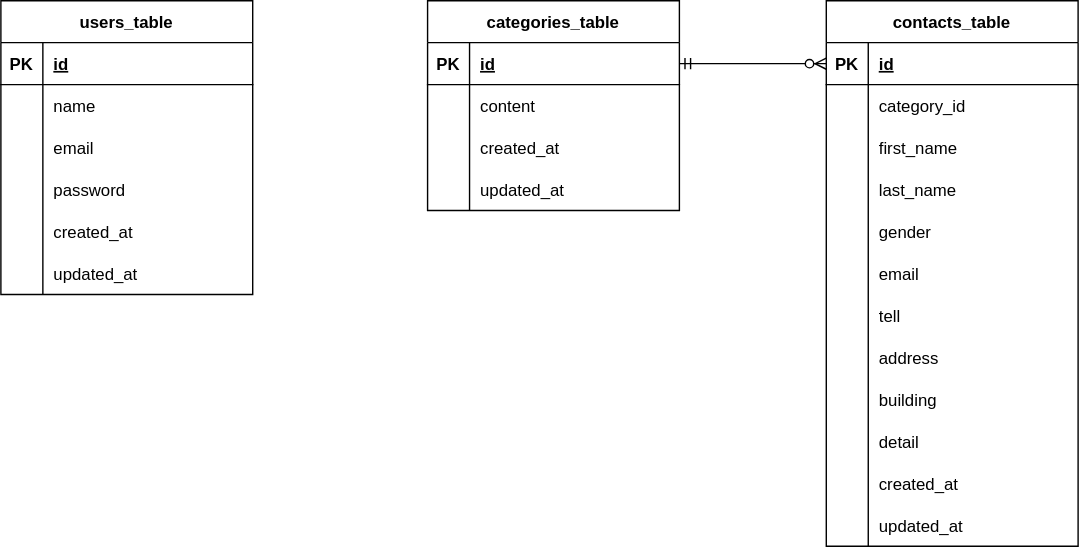
Before: ER_tables.drawio.svg, a diagram exported from draw.io (MiyokoNakada/20240408_enquiry-form). Source tidied: cells renumbered, new cells last; positions are measured from the earlier drawing's top-left corner, leaving out a move shared by most shapes. Its diagram source:
```xml
<mxGraphModel>
  <root>
    <mxCell id="0" />
    <mxCell id="1" parent="0" />
    <mxCell id="2" value="contacts_table " style="shape=table;startSize=30;rowLines=0;fontStyle=1;align=center;" parent="1" vertex="1">
      <mxGeometry x="590" width="180" height="390" as="geometry" />
    </mxCell>
    <mxCell id="3" style="shape=tableRow;horizontal=0;startSize=0;swimlaneHead=0;swimlaneBody=0;fillColor=none;top=0;left=0;right=0;bottom=1;" parent="2" vertex="1">
      <mxGeometry y="30" width="180" height="30" as="geometry" />
    </mxCell>
    <mxCell id="4" value="PK" style="shape=partialRectangle;fillColor=none;top=0;left=0;bottom=0;right=0;fontStyle=1;overflow=hidden;" parent="3" vertex="1">
      <mxGeometry width="30" height="30" as="geometry" />
    </mxCell>
    <mxCell id="5" value="id" style="shape=partialRectangle;fillColor=none;top=0;left=0;bottom=0;right=0;align=left;spacingLeft=6;fontStyle=5;overflow=hidden;" parent="3" vertex="1">
      <mxGeometry x="30" width="150" height="30" as="geometry" />
    </mxCell>
    <mxCell id="6" style="shape=tableRow;horizontal=0;startSize=0;swimlaneHead=0;swimlaneBody=0;fillColor=none;top=0;left=0;right=0;bottom=0;" parent="2" vertex="1">
      <mxGeometry y="60" width="180" height="30" as="geometry" />
    </mxCell>
    <mxCell id="7" style="shape=partialRectangle;fillColor=none;top=0;left=0;bottom=0;right=0;overflow=hidden;" parent="6" vertex="1">
      <mxGeometry width="30" height="30" as="geometry" />
    </mxCell>
    <mxCell id="8" value="category_id" style="shape=partialRectangle;fillColor=none;top=0;left=0;bottom=0;right=0;align=left;spacingLeft=6;overflow=hidden;" parent="6" vertex="1">
      <mxGeometry x="30" width="150" height="30" as="geometry" />
    </mxCell>
    <mxCell id="9" style="shape=tableRow;horizontal=0;startSize=0;swimlaneHead=0;swimlaneBody=0;fillColor=none;top=0;left=0;right=0;bottom=0;" parent="2" vertex="1">
      <mxGeometry y="90" width="180" height="30" as="geometry" />
    </mxCell>
    <mxCell id="10" style="shape=partialRectangle;fillColor=none;top=0;left=0;bottom=0;right=0;overflow=hidden;" parent="9" vertex="1">
      <mxGeometry width="30" height="30" as="geometry" />
    </mxCell>
    <mxCell id="11" value="first_name" style="shape=partialRectangle;fillColor=none;top=0;left=0;bottom=0;right=0;align=left;spacingLeft=6;overflow=hidden;" parent="9" vertex="1">
      <mxGeometry x="30" width="150" height="30" as="geometry" />
    </mxCell>
    <mxCell id="12" style="shape=tableRow;horizontal=0;startSize=0;swimlaneHead=0;swimlaneBody=0;fillColor=none;top=0;left=0;right=0;bottom=0;" parent="2" vertex="1">
      <mxGeometry y="120" width="180" height="30" as="geometry" />
    </mxCell>
    <mxCell id="13" style="shape=partialRectangle;fillColor=none;top=0;left=0;bottom=0;right=0;overflow=hidden;" parent="12" vertex="1">
      <mxGeometry width="30" height="30" as="geometry" />
    </mxCell>
    <mxCell id="14" value="last_name" style="shape=partialRectangle;fillColor=none;top=0;left=0;bottom=0;right=0;align=left;spacingLeft=6;overflow=hidden;" parent="12" vertex="1">
      <mxGeometry x="30" width="150" height="30" as="geometry" />
    </mxCell>
    <mxCell id="15" style="shape=tableRow;horizontal=0;startSize=0;swimlaneHead=0;swimlaneBody=0;fillColor=none;top=0;left=0;right=0;bottom=0;" parent="2" vertex="1">
      <mxGeometry y="150" width="180" height="30" as="geometry" />
    </mxCell>
    <mxCell id="16" style="shape=partialRectangle;fillColor=none;top=0;left=0;bottom=0;right=0;overflow=hidden;" parent="15" vertex="1">
      <mxGeometry width="30" height="30" as="geometry" />
    </mxCell>
    <mxCell id="17" value="gender" style="shape=partialRectangle;fillColor=none;top=0;left=0;bottom=0;right=0;align=left;spacingLeft=6;overflow=hidden;" parent="15" vertex="1">
      <mxGeometry x="30" width="150" height="30" as="geometry" />
    </mxCell>
    <mxCell id="18" style="shape=tableRow;horizontal=0;startSize=0;swimlaneHead=0;swimlaneBody=0;fillColor=none;top=0;left=0;right=0;bottom=0;" parent="2" vertex="1">
      <mxGeometry y="180" width="180" height="30" as="geometry" />
    </mxCell>
    <mxCell id="19" style="shape=partialRectangle;fillColor=none;top=0;left=0;bottom=0;right=0;overflow=hidden;" parent="18" vertex="1">
      <mxGeometry width="30" height="30" as="geometry" />
    </mxCell>
    <mxCell id="20" value="email" style="shape=partialRectangle;fillColor=none;top=0;left=0;bottom=0;right=0;align=left;spacingLeft=6;overflow=hidden;" parent="18" vertex="1">
      <mxGeometry x="30" width="150" height="30" as="geometry" />
    </mxCell>
    <mxCell id="21" style="shape=tableRow;horizontal=0;startSize=0;swimlaneHead=0;swimlaneBody=0;fillColor=none;top=0;left=0;right=0;bottom=0;" parent="2" vertex="1">
      <mxGeometry y="210" width="180" height="30" as="geometry" />
    </mxCell>
    <mxCell id="22" style="shape=partialRectangle;fillColor=none;top=0;left=0;bottom=0;right=0;overflow=hidden;" parent="21" vertex="1">
      <mxGeometry width="30" height="30" as="geometry" />
    </mxCell>
    <mxCell id="23" value="tell" style="shape=partialRectangle;fillColor=none;top=0;left=0;bottom=0;right=0;align=left;spacingLeft=6;overflow=hidden;" parent="21" vertex="1">
      <mxGeometry x="30" width="150" height="30" as="geometry" />
    </mxCell>
    <mxCell id="24" style="shape=tableRow;horizontal=0;startSize=0;swimlaneHead=0;swimlaneBody=0;fillColor=none;top=0;left=0;right=0;bottom=0;" parent="2" vertex="1">
      <mxGeometry y="240" width="180" height="30" as="geometry" />
    </mxCell>
    <mxCell id="25" style="shape=partialRectangle;fillColor=none;top=0;left=0;bottom=0;right=0;overflow=hidden;" parent="24" vertex="1">
      <mxGeometry width="30" height="30" as="geometry" />
    </mxCell>
    <mxCell id="26" value="address" style="shape=partialRectangle;fillColor=none;top=0;left=0;bottom=0;right=0;align=left;spacingLeft=6;overflow=hidden;" parent="24" vertex="1">
      <mxGeometry x="30" width="150" height="30" as="geometry" />
    </mxCell>
    <mxCell id="27" style="shape=tableRow;horizontal=0;startSize=0;swimlaneHead=0;swimlaneBody=0;fillColor=none;top=0;left=0;right=0;bottom=0;" parent="2" vertex="1">
      <mxGeometry y="270" width="180" height="30" as="geometry" />
    </mxCell>
    <mxCell id="28" style="shape=partialRectangle;fillColor=none;top=0;left=0;bottom=0;right=0;overflow=hidden;" parent="27" vertex="1">
      <mxGeometry width="30" height="30" as="geometry" />
    </mxCell>
    <mxCell id="29" value="building" style="shape=partialRectangle;fillColor=none;top=0;left=0;bottom=0;right=0;align=left;spacingLeft=6;overflow=hidden;" parent="27" vertex="1">
      <mxGeometry x="30" width="150" height="30" as="geometry" />
    </mxCell>
    <mxCell id="30" style="shape=tableRow;horizontal=0;startSize=0;swimlaneHead=0;swimlaneBody=0;fillColor=none;top=0;left=0;right=0;bottom=0;" parent="2" vertex="1">
      <mxGeometry y="300" width="180" height="30" as="geometry" />
    </mxCell>
    <mxCell id="31" style="shape=partialRectangle;fillColor=none;top=0;left=0;bottom=0;right=0;overflow=hidden;" parent="30" vertex="1">
      <mxGeometry width="30" height="30" as="geometry" />
    </mxCell>
    <mxCell id="32" value="detail" style="shape=partialRectangle;fillColor=none;top=0;left=0;bottom=0;right=0;align=left;spacingLeft=6;overflow=hidden;" parent="30" vertex="1">
      <mxGeometry x="30" width="150" height="30" as="geometry" />
    </mxCell>
    <mxCell id="33" style="shape=tableRow;horizontal=0;startSize=0;swimlaneHead=0;swimlaneBody=0;fillColor=none;top=0;left=0;right=0;bottom=0;" parent="2" vertex="1">
      <mxGeometry y="330" width="180" height="30" as="geometry" />
    </mxCell>
    <mxCell id="34" style="shape=partialRectangle;fillColor=none;top=0;left=0;bottom=0;right=0;overflow=hidden;" parent="33" vertex="1">
      <mxGeometry width="30" height="30" as="geometry" />
    </mxCell>
    <mxCell id="35" value="created_at" style="shape=partialRectangle;fillColor=none;top=0;left=0;bottom=0;right=0;align=left;spacingLeft=6;overflow=hidden;" parent="33" vertex="1">
      <mxGeometry x="30" width="150" height="30" as="geometry" />
    </mxCell>
    <mxCell id="36" style="shape=tableRow;horizontal=0;startSize=0;swimlaneHead=0;swimlaneBody=0;fillColor=none;top=0;left=0;right=0;bottom=0;" parent="2" vertex="1">
      <mxGeometry y="360" width="180" height="30" as="geometry" />
    </mxCell>
    <mxCell id="37" style="shape=partialRectangle;fillColor=none;top=0;left=0;bottom=0;right=0;overflow=hidden;" parent="36" vertex="1">
      <mxGeometry width="30" height="30" as="geometry" />
    </mxCell>
    <mxCell id="38" value="updated_at" style="shape=partialRectangle;fillColor=none;top=0;left=0;bottom=0;right=0;align=left;spacingLeft=6;overflow=hidden;" parent="36" vertex="1">
      <mxGeometry x="30" width="150" height="30" as="geometry" />
    </mxCell>
    <mxCell id="39" value="categories_table" style="shape=table;startSize=30;rowLines=0;fontStyle=1;align=center;" parent="1" vertex="1">
      <mxGeometry x="305" width="180" height="150" as="geometry" />
    </mxCell>
    <mxCell id="40" style="shape=tableRow;horizontal=0;startSize=0;swimlaneHead=0;swimlaneBody=0;fillColor=none;points=[[0,0.5],[1,0.5]];portConstraint=eastwest;top=0;left=0;right=0;bottom=1;" parent="39" vertex="1">
      <mxGeometry y="30" width="180" height="30" as="geometry" />
    </mxCell>
    <mxCell id="41" value="PK" style="shape=partialRectangle;fillColor=none;top=0;left=0;bottom=0;right=0;fontStyle=1;overflow=hidden;" parent="40" vertex="1">
      <mxGeometry width="30" height="30" as="geometry" />
    </mxCell>
    <mxCell id="42" value="id" style="shape=partialRectangle;fillColor=none;top=0;left=0;bottom=0;right=0;align=left;spacingLeft=6;fontStyle=5;overflow=hidden;" parent="40" vertex="1">
      <mxGeometry x="30" width="150" height="30" as="geometry" />
    </mxCell>
    <mxCell id="43" style="shape=tableRow;horizontal=0;startSize=0;swimlaneHead=0;swimlaneBody=0;fillColor=none;top=0;left=0;right=0;bottom=0;" parent="39" vertex="1">
      <mxGeometry y="60" width="180" height="30" as="geometry" />
    </mxCell>
    <mxCell id="44" style="shape=partialRectangle;fillColor=none;top=0;left=0;bottom=0;right=0;overflow=hidden;" parent="43" vertex="1">
      <mxGeometry width="30" height="30" as="geometry" />
    </mxCell>
    <mxCell id="45" value="content" style="shape=partialRectangle;fillColor=none;top=0;left=0;bottom=0;right=0;align=left;spacingLeft=6;overflow=hidden;" parent="43" vertex="1">
      <mxGeometry x="30" width="150" height="30" as="geometry" />
    </mxCell>
    <mxCell id="46" style="shape=tableRow;horizontal=0;startSize=0;swimlaneHead=0;swimlaneBody=0;fillColor=none;top=0;left=0;right=0;bottom=0;" parent="39" vertex="1">
      <mxGeometry y="90" width="180" height="30" as="geometry" />
    </mxCell>
    <mxCell id="47" style="shape=partialRectangle;fillColor=none;top=0;left=0;bottom=0;right=0;overflow=hidden;" parent="46" vertex="1">
      <mxGeometry width="30" height="30" as="geometry" />
    </mxCell>
    <mxCell id="48" value="created_at" style="shape=partialRectangle;fillColor=none;top=0;left=0;bottom=0;right=0;align=left;spacingLeft=6;overflow=hidden;" parent="46" vertex="1">
      <mxGeometry x="30" width="150" height="30" as="geometry" />
    </mxCell>
    <mxCell id="49" style="shape=tableRow;horizontal=0;startSize=0;swimlaneHead=0;swimlaneBody=0;fillColor=none;top=0;left=0;right=0;bottom=0;" parent="39" vertex="1">
      <mxGeometry y="120" width="180" height="30" as="geometry" />
    </mxCell>
    <mxCell id="50" style="shape=partialRectangle;fillColor=none;top=0;left=0;bottom=0;right=0;overflow=hidden;" parent="49" vertex="1">
      <mxGeometry width="30" height="30" as="geometry" />
    </mxCell>
    <mxCell id="51" value="updated_at" style="shape=partialRectangle;fillColor=none;top=0;left=0;bottom=0;right=0;align=left;spacingLeft=6;overflow=hidden;" parent="49" vertex="1">
      <mxGeometry x="30" width="150" height="30" as="geometry" />
    </mxCell>
    <mxCell id="52" value="users_table" style="shape=table;startSize=30;rowLines=0;fontStyle=1;align=center;" parent="1" vertex="1">
      <mxGeometry width="180" height="210" as="geometry" />
    </mxCell>
    <mxCell id="53" style="shape=tableRow;horizontal=0;startSize=0;swimlaneHead=0;swimlaneBody=0;fillColor=none;top=0;left=0;right=0;bottom=1;" parent="52" vertex="1">
      <mxGeometry y="30" width="180" height="30" as="geometry" />
    </mxCell>
    <mxCell id="54" value="PK" style="shape=partialRectangle;fillColor=none;top=0;left=0;bottom=0;right=0;fontStyle=1;overflow=hidden;" parent="53" vertex="1">
      <mxGeometry width="30" height="30" as="geometry" />
    </mxCell>
    <mxCell id="55" value="id" style="shape=partialRectangle;fillColor=none;top=0;left=0;bottom=0;right=0;align=left;spacingLeft=6;fontStyle=5;overflow=hidden;" parent="53" vertex="1">
      <mxGeometry x="30" width="150" height="30" as="geometry" />
    </mxCell>
    <mxCell id="56" style="shape=tableRow;horizontal=0;startSize=0;swimlaneHead=0;swimlaneBody=0;fillColor=none;top=0;left=0;right=0;bottom=0;" parent="52" vertex="1">
      <mxGeometry y="60" width="180" height="30" as="geometry" />
    </mxCell>
    <mxCell id="57" style="shape=partialRectangle;fillColor=none;top=0;left=0;bottom=0;right=0;overflow=hidden;" parent="56" vertex="1">
      <mxGeometry width="30" height="30" as="geometry" />
    </mxCell>
    <mxCell id="58" value="name" style="shape=partialRectangle;fillColor=none;top=0;left=0;bottom=0;right=0;align=left;spacingLeft=6;overflow=hidden;" parent="56" vertex="1">
      <mxGeometry x="30" width="150" height="30" as="geometry" />
    </mxCell>
    <mxCell id="59" style="shape=tableRow;horizontal=0;startSize=0;swimlaneHead=0;swimlaneBody=0;fillColor=none;top=0;left=0;right=0;bottom=0;" parent="52" vertex="1">
      <mxGeometry y="90" width="180" height="30" as="geometry" />
    </mxCell>
    <mxCell id="60" style="shape=partialRectangle;fillColor=none;top=0;left=0;bottom=0;right=0;overflow=hidden;" parent="59" vertex="1">
      <mxGeometry width="30" height="30" as="geometry" />
    </mxCell>
    <mxCell id="61" value="email" style="shape=partialRectangle;fillColor=none;top=0;left=0;bottom=0;right=0;align=left;spacingLeft=6;overflow=hidden;" parent="59" vertex="1">
      <mxGeometry x="30" width="150" height="30" as="geometry" />
    </mxCell>
    <mxCell id="62" style="shape=tableRow;horizontal=0;startSize=0;swimlaneHead=0;swimlaneBody=0;fillColor=none;top=0;left=0;right=0;bottom=0;" parent="52" vertex="1">
      <mxGeometry y="120" width="180" height="30" as="geometry" />
    </mxCell>
    <mxCell id="63" style="shape=partialRectangle;fillColor=none;top=0;left=0;bottom=0;right=0;overflow=hidden;" parent="62" vertex="1">
      <mxGeometry width="30" height="30" as="geometry" />
    </mxCell>
    <mxCell id="64" value="password" style="shape=partialRectangle;fillColor=none;top=0;left=0;bottom=0;right=0;align=left;spacingLeft=6;overflow=hidden;" parent="62" vertex="1">
      <mxGeometry x="30" width="150" height="30" as="geometry" />
    </mxCell>
    <mxCell id="65" style="shape=tableRow;horizontal=0;startSize=0;swimlaneHead=0;swimlaneBody=0;fillColor=none;top=0;left=0;right=0;bottom=0;" parent="52" vertex="1">
      <mxGeometry y="150" width="180" height="30" as="geometry" />
    </mxCell>
    <mxCell id="66" style="shape=partialRectangle;fillColor=none;top=0;left=0;bottom=0;right=0;overflow=hidden;" parent="65" vertex="1">
      <mxGeometry width="30" height="30" as="geometry" />
    </mxCell>
    <mxCell id="67" value="created_at" style="shape=partialRectangle;fillColor=none;top=0;left=0;bottom=0;right=0;align=left;spacingLeft=6;overflow=hidden;" parent="65" vertex="1">
      <mxGeometry x="30" width="150" height="30" as="geometry" />
    </mxCell>
    <mxCell id="68" style="shape=tableRow;horizontal=0;startSize=0;swimlaneHead=0;swimlaneBody=0;fillColor=none;top=0;left=0;right=0;bottom=0;" parent="52" vertex="1">
      <mxGeometry y="180" width="180" height="30" as="geometry" />
    </mxCell>
    <mxCell id="69" style="shape=partialRectangle;fillColor=none;top=0;left=0;bottom=0;right=0;overflow=hidden;" parent="68" vertex="1">
      <mxGeometry width="30" height="30" as="geometry" />
    </mxCell>
    <mxCell id="70" value="updated_at" style="shape=partialRectangle;fillColor=none;top=0;left=0;bottom=0;right=0;align=left;spacingLeft=6;overflow=hidden;" parent="68" vertex="1">
      <mxGeometry x="30" width="150" height="30" as="geometry" />
    </mxCell>
    <mxCell id="71" style="edgeStyle=entityRelationEdgeStyle;fontSize=12;html=1;endArrow=ERzeroToMany;startArrow=ERmandOne;exitX=1;exitY=0.5;exitDx=0;exitDy=0;" parent="1" edge="1" source="40">
      <mxGeometry relative="1" as="geometry">
        <mxPoint x="590" y="45" as="targetPoint" />
      </mxGeometry>
    </mxCell>
  </root>
</mxGraphModel>
```
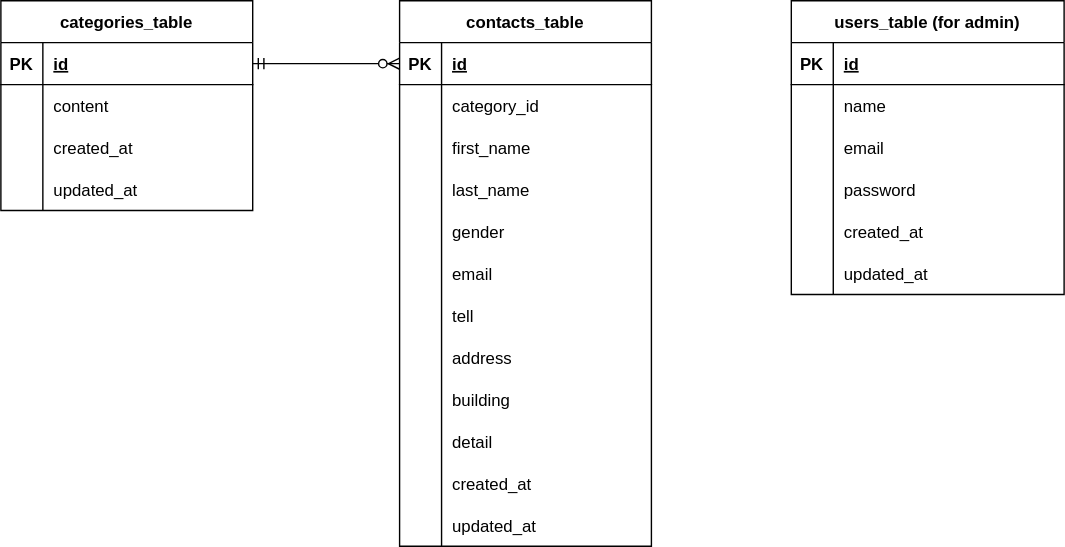
The same file after the commit.

Diff of the diagram source:
```diff
@@ -152,62 +152,62 @@
     <mxCell id="51" value="updated_at" style="shape=partialRectangle;fillColor=none;top=0;left=0;bottom=0;right=0;align=left;spacingLeft=6;overflow=hidden;" parent="49" vertex="1">
       <mxGeometry x="30" width="150" height="30" as="geometry" />
     </mxCell>
-    <mxCell id="52" value="users_table" style="shape=table;startSize=30;rowLines=0;fontStyle=1;align=center;" parent="1" vertex="1">
-      <mxGeometry width="180" height="210" as="geometry" />
+    <mxCell id="52" value="users_table (for admin)" style="shape=table;startSize=30;rowLines=0;fontStyle=1;align=center;" parent="1" vertex="1">
+      <mxGeometry x="870" width="195" height="210" as="geometry" />
     </mxCell>
     <mxCell id="53" style="shape=tableRow;horizontal=0;startSize=0;swimlaneHead=0;swimlaneBody=0;fillColor=none;top=0;left=0;right=0;bottom=1;" parent="52" vertex="1">
-      <mxGeometry y="30" width="180" height="30" as="geometry" />
+      <mxGeometry y="30" width="195" height="30" as="geometry" />
     </mxCell>
     <mxCell id="54" value="PK" style="shape=partialRectangle;fillColor=none;top=0;left=0;bottom=0;right=0;fontStyle=1;overflow=hidden;" parent="53" vertex="1">
       <mxGeometry width="30" height="30" as="geometry" />
     </mxCell>
     <mxCell id="55" value="id" style="shape=partialRectangle;fillColor=none;top=0;left=0;bottom=0;right=0;align=left;spacingLeft=6;fontStyle=5;overflow=hidden;" parent="53" vertex="1">
-      <mxGeometry x="30" width="150" height="30" as="geometry" />
+      <mxGeometry x="30" width="165" height="30" as="geometry" />
     </mxCell>
     <mxCell id="56" style="shape=tableRow;horizontal=0;startSize=0;swimlaneHead=0;swimlaneBody=0;fillColor=none;top=0;left=0;right=0;bottom=0;" parent="52" vertex="1">
-      <mxGeometry y="60" width="180" height="30" as="geometry" />
+      <mxGeometry y="60" width="195" height="30" as="geometry" />
     </mxCell>
     <mxCell id="57" style="shape=partialRectangle;fillColor=none;top=0;left=0;bottom=0;right=0;overflow=hidden;" parent="56" vertex="1">
       <mxGeometry width="30" height="30" as="geometry" />
     </mxCell>
     <mxCell id="58" value="name" style="shape=partialRectangle;fillColor=none;top=0;left=0;bottom=0;right=0;align=left;spacingLeft=6;overflow=hidden;" parent="56" vertex="1">
-      <mxGeometry x="30" width="150" height="30" as="geometry" />
+      <mxGeometry x="30" width="165" height="30" as="geometry" />
     </mxCell>
     <mxCell id="59" style="shape=tableRow;horizontal=0;startSize=0;swimlaneHead=0;swimlaneBody=0;fillColor=none;top=0;left=0;right=0;bottom=0;" parent="52" vertex="1">
-      <mxGeometry y="90" width="180" height="30" as="geometry" />
+      <mxGeometry y="90" width="195" height="30" as="geometry" />
     </mxCell>
     <mxCell id="60" style="shape=partialRectangle;fillColor=none;top=0;left=0;bottom=0;right=0;overflow=hidden;" parent="59" vertex="1">
       <mxGeometry width="30" height="30" as="geometry" />
     </mxCell>
     <mxCell id="61" value="email" style="shape=partialRectangle;fillColor=none;top=0;left=0;bottom=0;right=0;align=left;spacingLeft=6;overflow=hidden;" parent="59" vertex="1">
-      <mxGeometry x="30" width="150" height="30" as="geometry" />
+      <mxGeometry x="30" width="165" height="30" as="geometry" />
     </mxCell>
     <mxCell id="62" style="shape=tableRow;horizontal=0;startSize=0;swimlaneHead=0;swimlaneBody=0;fillColor=none;top=0;left=0;right=0;bottom=0;" parent="52" vertex="1">
-      <mxGeometry y="120" width="180" height="30" as="geometry" />
+      <mxGeometry y="120" width="195" height="30" as="geometry" />
     </mxCell>
     <mxCell id="63" style="shape=partialRectangle;fillColor=none;top=0;left=0;bottom=0;right=0;overflow=hidden;" parent="62" vertex="1">
       <mxGeometry width="30" height="30" as="geometry" />
     </mxCell>
     <mxCell id="64" value="password" style="shape=partialRectangle;fillColor=none;top=0;left=0;bottom=0;right=0;align=left;spacingLeft=6;overflow=hidden;" parent="62" vertex="1">
-      <mxGeometry x="30" width="150" height="30" as="geometry" />
+      <mxGeometry x="30" width="165" height="30" as="geometry" />
     </mxCell>
     <mxCell id="65" style="shape=tableRow;horizontal=0;startSize=0;swimlaneHead=0;swimlaneBody=0;fillColor=none;top=0;left=0;right=0;bottom=0;" parent="52" vertex="1">
-      <mxGeometry y="150" width="180" height="30" as="geometry" />
+      <mxGeometry y="150" width="195" height="30" as="geometry" />
     </mxCell>
     <mxCell id="66" style="shape=partialRectangle;fillColor=none;top=0;left=0;bottom=0;right=0;overflow=hidden;" parent="65" vertex="1">
       <mxGeometry width="30" height="30" as="geometry" />
     </mxCell>
     <mxCell id="67" value="created_at" style="shape=partialRectangle;fillColor=none;top=0;left=0;bottom=0;right=0;align=left;spacingLeft=6;overflow=hidden;" parent="65" vertex="1">
-      <mxGeometry x="30" width="150" height="30" as="geometry" />
+      <mxGeometry x="30" width="165" height="30" as="geometry" />
     </mxCell>
     <mxCell id="68" style="shape=tableRow;horizontal=0;startSize=0;swimlaneHead=0;swimlaneBody=0;fillColor=none;top=0;left=0;right=0;bottom=0;" parent="52" vertex="1">
-      <mxGeometry y="180" width="180" height="30" as="geometry" />
+      <mxGeometry y="180" width="195" height="30" as="geometry" />
     </mxCell>
     <mxCell id="69" style="shape=partialRectangle;fillColor=none;top=0;left=0;bottom=0;right=0;overflow=hidden;" parent="68" vertex="1">
       <mxGeometry width="30" height="30" as="geometry" />
     </mxCell>
     <mxCell id="70" value="updated_at" style="shape=partialRectangle;fillColor=none;top=0;left=0;bottom=0;right=0;align=left;spacingLeft=6;overflow=hidden;" parent="68" vertex="1">
-      <mxGeometry x="30" width="150" height="30" as="geometry" />
+      <mxGeometry x="30" width="165" height="30" as="geometry" />
     </mxCell>
     <mxCell id="71" style="edgeStyle=entityRelationEdgeStyle;fontSize=12;html=1;endArrow=ERzeroToMany;startArrow=ERmandOne;exitX=1;exitY=0.5;exitDx=0;exitDy=0;" parent="1" edge="1" source="40">
       <mxGeometry relative="1" as="geometry">
```
